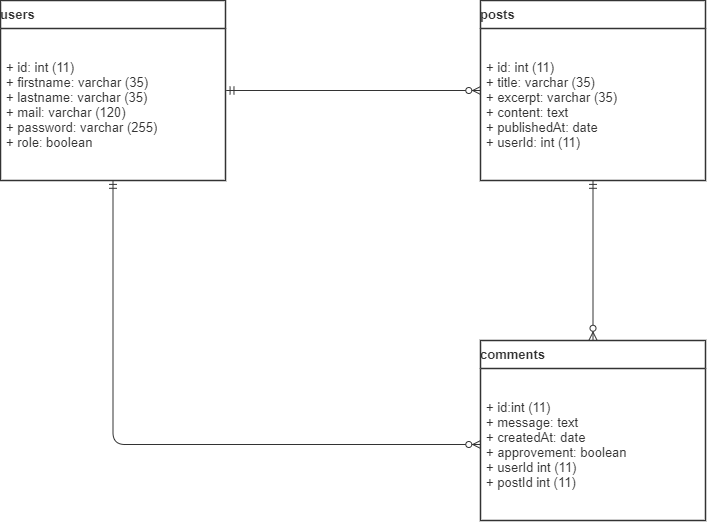
Before: diagrammes/P5_UML_mcd.png, a diagram exported from draw.io (cdiot/blog). Source tidied: cells renumbered, new cells last; positions are measured from the earlier drawing's top-left corner, leaving out a move shared by most shapes.
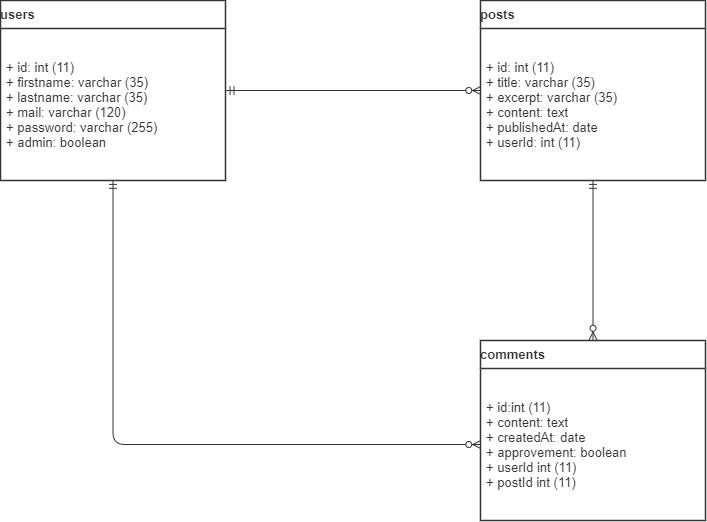
After the commit.

Change to the diagram source:
```diff
@@ -5,7 +5,7 @@
     <mxCell id="2" value="users" style="html=1;overflow=block;blockSpacing=1;whiteSpace=wrap;swimlane;horizontal=1;fontStyle=0;swimlaneFillColor=#ffffff;startSize=28;whiteSpace=wrap;fontSize=13;fontColor=#333333;fontStyle=1;whiteSpace=wrap;align=left;spacing=0;strokeColor=#333333;strokeOpacity=100;strokeWidth=1.5;" parent="1" vertex="1">
       <mxGeometry width="225" height="180" as="geometry" />
     </mxCell>
-    <mxCell id="3" value="+ id: int (11)&lt;br&gt;+ firstname: varchar (35)&lt;br&gt;+ lastname: varchar (35)&lt;br&gt;+ mail: varchar (120)&lt;br&gt;+ password: varchar (255)&lt;br&gt;+ role: boolean" style="html=1;whiteSpace=wrap;strokeColor=none;fillColor=none;align=left;verticalAlign=middle;spacingLeft=4;spacingRight=4;overflow=hidden;swimlaneFillColor=#ffffff;strokeOpacity=100;whiteSpace=wrap;fontSize=13;fontColor=#333333;" parent="2" vertex="1">
+    <mxCell id="3" value="+ id: int (11)&lt;br&gt;+ firstname: varchar (35)&lt;br&gt;+ lastname: varchar (35)&lt;br&gt;+ mail: varchar (120)&lt;br&gt;+ password: varchar (255)&lt;br&gt;+ admin: boolean" style="html=1;whiteSpace=wrap;strokeColor=none;fillColor=none;align=left;verticalAlign=middle;spacingLeft=4;spacingRight=4;overflow=hidden;swimlaneFillColor=#ffffff;strokeOpacity=100;whiteSpace=wrap;fontSize=13;fontColor=#333333;" parent="2" vertex="1">
       <mxGeometry y="28" width="225" height="152" as="geometry" />
     </mxCell>
     <mxCell id="4" value="posts" style="html=1;overflow=block;blockSpacing=1;whiteSpace=wrap;swimlane;horizontal=1;fontStyle=0;swimlaneFillColor=#ffffff;startSize=28;whiteSpace=wrap;fontSize=13;fontColor=#333333;fontStyle=1;whiteSpace=wrap;align=left;spacing=0;strokeColor=#333333;strokeOpacity=100;strokeWidth=1.5;" parent="1" vertex="1">
@@ -20,7 +20,7 @@
     <mxCell id="7" value="comments" style="html=1;overflow=block;blockSpacing=1;whiteSpace=wrap;swimlane;horizontal=1;fontStyle=0;swimlaneFillColor=#ffffff;startSize=28;whiteSpace=wrap;fontSize=13;fontColor=#333333;fontStyle=1;whiteSpace=wrap;align=left;spacing=0;strokeColor=#333333;strokeOpacity=100;strokeWidth=1.5;" parent="1" vertex="1">
       <mxGeometry x="480" y="340" width="225" height="180" as="geometry" />
     </mxCell>
-    <mxCell id="8" value="+ id:int (11)&lt;br&gt;+ message: text&lt;br&gt;+ createdAt: date&lt;br&gt;+ approvement: boolean&lt;br&gt;+ userId int (11)&lt;br&gt;+ postId int (11)" style="html=1;whiteSpace=wrap;strokeColor=none;fillColor=none;align=left;verticalAlign=middle;spacingLeft=4;spacingRight=4;overflow=hidden;points=[[0,0.5],[1,0.5]];portConstraint=eastwest;swimlaneFillColor=#ffffff;strokeOpacity=100;whiteSpace=wrap;fontSize=13;fontColor=#333333;" parent="7" vertex="1">
+    <mxCell id="8" value="+ id:int (11)&lt;br&gt;+ content: text&lt;br&gt;+ createdAt: date&lt;br&gt;+ approvement: boolean&lt;br&gt;+ userId int (11)&lt;br&gt;+ postId int (11)" style="html=1;whiteSpace=wrap;strokeColor=none;fillColor=none;align=left;verticalAlign=middle;spacingLeft=4;spacingRight=4;overflow=hidden;points=[[0,0.5],[1,0.5]];portConstraint=eastwest;swimlaneFillColor=#ffffff;strokeOpacity=100;whiteSpace=wrap;fontSize=13;fontColor=#333333;" parent="7" vertex="1">
       <mxGeometry y="28" width="225" height="152" as="geometry" />
     </mxCell>
     <mxCell id="9" style="html=1;jettySize=18;whiteSpace=wrap;fontSize=13;strokeColor=#333333;strokeOpacity=100;strokeWidth=0.8;rounded=1;arcSize=24;edgeStyle=orthogonalEdgeStyle;startArrow=ERmandOne;endArrow=ERzeroToMany;entryX=0.5;entryY=-0.003;entryPerimeter=0;startFill=0;endFill=1;" parent="1" edge="1" source="4" target="7">
```
